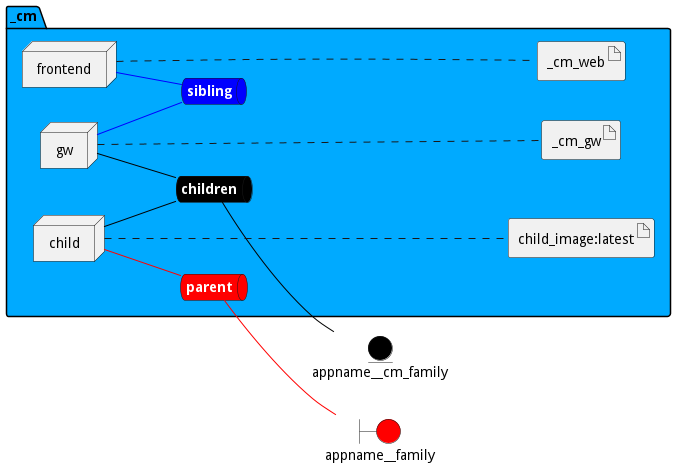
This is docs/sabr/aml/cm/envs/test/deployment.png from madajaju/sabr, a PlantUML export, as it was before one commit. Source of this version:
```plantuml
@startuml

left to right direction


boundary appname__family #red


entity appname__cm_family #black




package "_cm" #00aaff {
    queue childrennet #black [
            <b><color:white>children</color></b>
    ]

    childrennet -[#black]- appname__cm_family

    queue siblingnet #blue [
            <b><color:white>sibling</color></b>
    ]

    queue parentnet #red [
            <b><color:white>parent</color></b>
    ]

    parentnet -[#red]- appname__family


node "child" as childService
node "frontend" as frontendService
node "gw" as gwService


        artifact "child_image:latest" as child_imagelatestimage

        artifact "_cm_web" as _cm_webimage

        artifact "_cm_gw" as _cm_gwimage

}

childService -[#black]- childrennet

childService -[#red]- parentnet

frontendService -[#blue]- siblingnet

gwService -[#black]- childrennet

gwService -[#blue]- siblingnet
childService .... child_imagelatestimage
frontendService .... _cm_webimage
gwService .... _cm_gwimage


@enduml
```
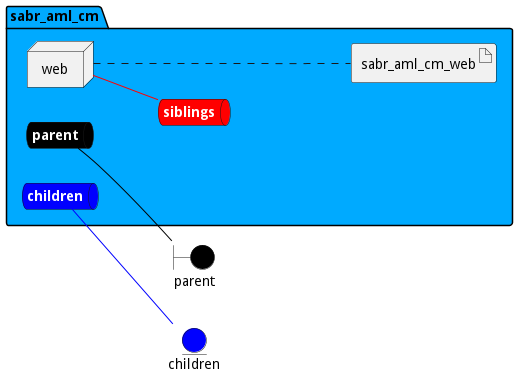
After the change.

The edit, as a diff of the source:
```diff
@@ -3,57 +3,41 @@
 left to right direction
 
 
-boundary appname__family #red
+boundary parent #black
 
 
-entity appname__cm_family #black
+entity children #blue
 
 
 
 
-package "_cm" #00aaff {
-    queue childrennet #black [
+package "sabr_aml_cm" #00aaff {
+    queue parentnet #black [
+            <b><color:white>parent</color></b>
+    ]
+
+    parentnet -[#black]- parent
+
+    queue childrennet #blue [
             <b><color:white>children</color></b>
     ]
 
-    childrennet -[#black]- appname__cm_family
+    childrennet -[#blue]- children
 
-    queue siblingnet #blue [
-            <b><color:white>sibling</color></b>
+    queue siblingsnet #red [
+            <b><color:white>siblings</color></b>
     ]
 
-    queue parentnet #red [
-            <b><color:white>parent</color></b>
-    ]
 
-    parentnet -[#red]- appname__family
+node "web" as webService
 
 
-node "child" as childService
-node "frontend" as frontendService
-node "gw" as gwService
-
-
-        artifact "child_image:latest" as child_imagelatestimage
-
-        artifact "_cm_web" as _cm_webimage
-
-        artifact "_cm_gw" as _cm_gwimage
+        artifact "sabr_aml_cm_web" as sabr_aml_cm_webimage
 
 }
 
-childService -[#black]- childrennet
-
-childService -[#red]- parentnet
-
-frontendService -[#blue]- siblingnet
-
-gwService -[#black]- childrennet
-
-gwService -[#blue]- siblingnet
-childService .... child_imagelatestimage
-frontendService .... _cm_webimage
-gwService .... _cm_gwimage
+webService -[#red]- siblingsnet
+webService .... sabr_aml_cm_webimage
 
 
 @enduml
```
